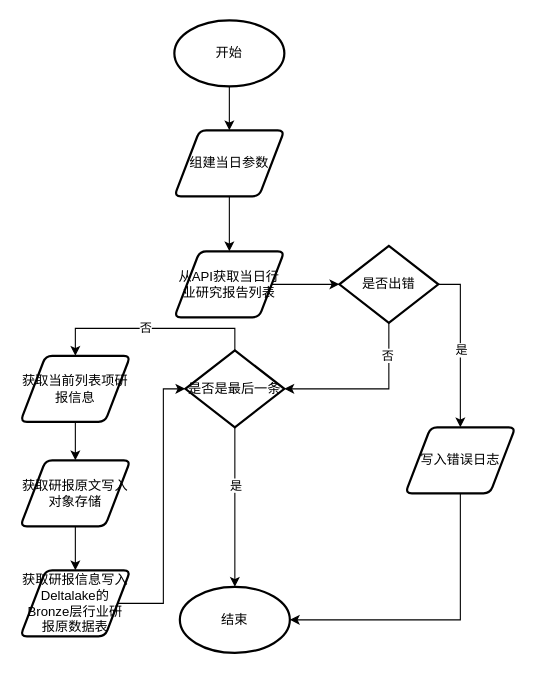
Above: tupian/API接口行业研究报告采集流程.drawio in JJFatherL/biyesheji (draw.io), before the change. Source tidied: cells renumbered, new cells numbered last; positions are measured from the earlier drawing's top-left corner, leaving out a move shared by most shapes. Both pictures are drawn from the tidied source at 110%, with x=0, y=0 at pixel (20, 20).
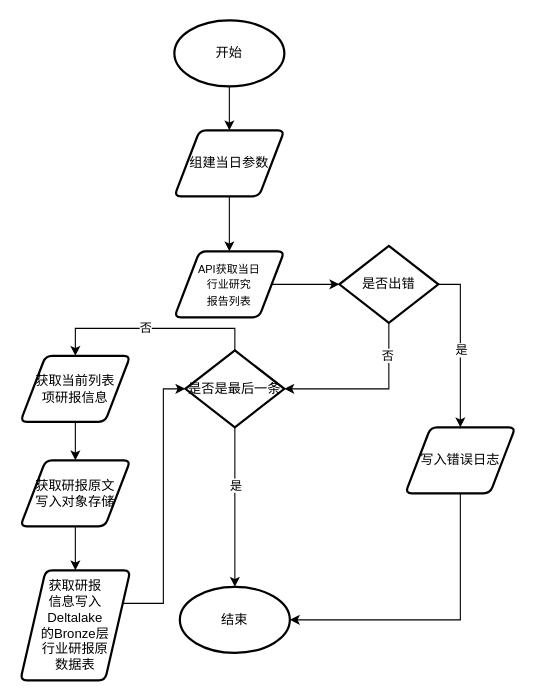
After the change.

Commit message:
更新API接口行业研究报告采集流程.drawio

Diff of the diagram source:
```diff
@@
-    <mxCell id="7" value="从API获取当日行业研究报告列表" style="shape=parallelogram;html=1;strokeWidth=2;perimeter=parallelogramPerimeter;whiteSpace=wrap;rounded=1;arcSize=12;size=0.23;" parent="1" vertex="1">
+    <mxCell id="7" value="&lt;font style=&quot;font-size: 10px&quot;&gt;API获取当日&lt;br&gt;行业研究&lt;br&gt;报告列表&lt;/font&gt;" style="shape=parallelogram;html=1;strokeWidth=2;perimeter=parallelogramPerimeter;whiteSpace=wrap;rounded=1;arcSize=12;size=0.23;align=center;" parent="1" vertex="1">
       <mxGeometry x="140" y="210" width="100" height="60" as="geometry" />
     </mxCell>
@@
-    <mxCell id="22" value="获取当前列表项研报信息" style="shape=parallelogram;html=1;strokeWidth=2;perimeter=parallelogramPerimeter;whiteSpace=wrap;rounded=1;arcSize=12;size=0.23;" parent="1" vertex="1">
+    <mxCell id="22" value="获取当前列表&lt;br&gt;项研报信息" style="shape=parallelogram;html=1;strokeWidth=2;perimeter=parallelogramPerimeter;whiteSpace=wrap;rounded=1;arcSize=12;size=0.23;" parent="1" vertex="1">
       <mxGeometry y="305" width="100" height="60" as="geometry" />
     </mxCell>
@@
-    <mxCell id="24" value="获取研报原文写入对象存储" style="shape=parallelogram;html=1;strokeWidth=2;perimeter=parallelogramPerimeter;whiteSpace=wrap;rounded=1;arcSize=12;size=0.23;" parent="1" vertex="1">
+    <mxCell id="24" value="获取研报原文&lt;br&gt;写入对象存储" style="shape=parallelogram;html=1;strokeWidth=2;perimeter=parallelogramPerimeter;whiteSpace=wrap;rounded=1;arcSize=12;size=0.23;" parent="1" vertex="1">
       <mxGeometry y="400" width="100" height="60" as="geometry" />
     </mxCell>
@@
-    <mxCell id="26" value="获取研报信息写入Deltalake的Bronze层行业研报原数据表" style="shape=parallelogram;html=1;strokeWidth=2;perimeter=parallelogramPerimeter;whiteSpace=wrap;rounded=1;arcSize=12;size=0.23;" parent="1" vertex="1">
-      <mxGeometry y="500" width="100" height="60" as="geometry" />
+    <mxCell id="26" value="获取研报&lt;br&gt;信息写入Deltalake&lt;br&gt;的Bronze层&lt;br&gt;行业研报原&lt;br&gt;数据表" style="shape=parallelogram;html=1;strokeWidth=2;perimeter=parallelogramPerimeter;whiteSpace=wrap;rounded=1;arcSize=12;size=0.23;" parent="1" vertex="1">
+      <mxGeometry y="500" width="100" height="100" as="geometry" />
     </mxCell>
```
